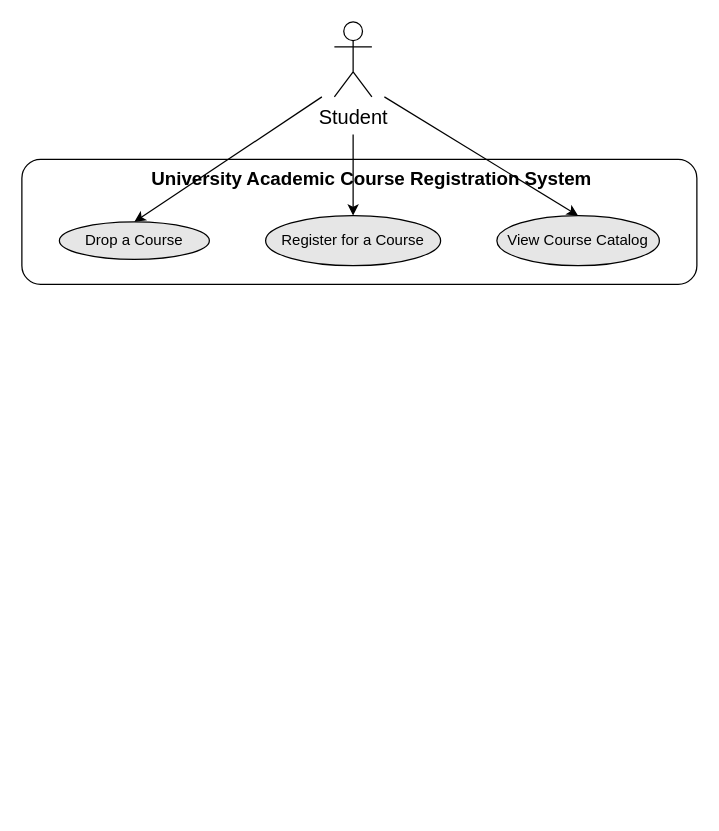
Before: project/drawio/alovey1014/exer1.drawio in drshahizan/software-engineering, a draw.io diagram. Source tidied: cells renumbered, new cells numbered last; positions are measured from the earlier drawing's top-left corner, leaving out a move shared by most shapes. Both pictures are drawn from the tidied source at 125%, with x=0, y=0 at pixel (21, 21).
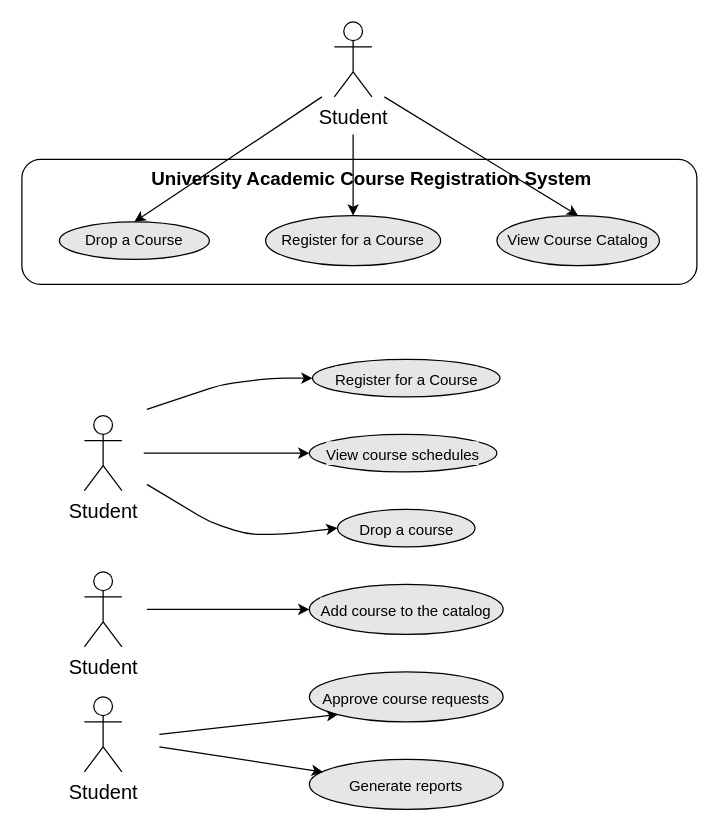
The same page after the edit.

Change to the diagram source:
```diff
@@
+    <mxCell id="11" value="&lt;font style=&quot;font-size: 16px;&quot;&gt;Student&lt;/font&gt;" style="shape=umlActor;verticalLabelPosition=bottom;verticalAlign=top;html=1;" parent="1" vertex="1">
+      <mxGeometry x="50" y="440" width="30" height="60" as="geometry" />
+    </mxCell>
+    <mxCell id="12" value="&lt;font style=&quot;font-size: 16px;&quot;&gt;Student&lt;/font&gt;" style="shape=umlActor;verticalLabelPosition=bottom;verticalAlign=top;html=1;" parent="1" vertex="1">
+      <mxGeometry x="50" y="540" width="30" height="60" as="geometry" />
+    </mxCell>
+    <mxCell id="13" value="&lt;font style=&quot;font-size: 12px;&quot;&gt;Register for a Course&lt;/font&gt;" style="ellipse;whiteSpace=wrap;html=1;labelBackgroundColor=#E6E6E6;fontSize=16;fontColor=#000000;fillColor=#E6E6E6;" parent="1" vertex="1">
+      <mxGeometry x="232.5" y="270" width="150" height="30" as="geometry" />
+    </mxCell>
+    <mxCell id="14" value="&lt;font style=&quot;font-size: 12px;&quot;&gt;View course schedules&lt;/font&gt;" style="ellipse;whiteSpace=wrap;html=1;labelBackgroundColor=#E6E6E6;fontSize=16;fontColor=#000000;fillColor=#E6E6E6;" parent="1" vertex="1">
+      <mxGeometry x="230" y="330" width="150" height="30" as="geometry" />
+    </mxCell>
+    <mxCell id="15" value="&lt;font style=&quot;font-size: 12px;&quot;&gt;Drop a course&lt;/font&gt;" style="ellipse;whiteSpace=wrap;html=1;labelBackgroundColor=#E6E6E6;fontSize=16;fontColor=#000000;fillColor=#E6E6E6;" parent="1" vertex="1">
+      <mxGeometry x="252.5" y="390" width="110" height="30" as="geometry" />
+    </mxCell>
+    <mxCell id="16" value="&lt;font style=&quot;font-size: 12px;&quot;&gt;Add course to the catalog&lt;/font&gt;" style="ellipse;whiteSpace=wrap;html=1;labelBackgroundColor=#E6E6E6;fontSize=16;fontColor=#000000;fillColor=#E6E6E6;" parent="1" vertex="1">
+      <mxGeometry x="230" y="450" width="155" height="40" as="geometry" />
+    </mxCell>
+    <mxCell id="17" value="&lt;font style=&quot;font-size: 12px;&quot;&gt;Approve course requests&lt;/font&gt;" style="ellipse;whiteSpace=wrap;html=1;labelBackgroundColor=#E6E6E6;fontSize=16;fontColor=#000000;fillColor=#E6E6E6;" parent="1" vertex="1">
+      <mxGeometry x="230" y="520" width="155" height="40" as="geometry" />
+    </mxCell>
+    <mxCell id="18" value="&lt;font style=&quot;font-size: 12px;&quot;&gt;Generate reports&lt;/font&gt;" style="ellipse;whiteSpace=wrap;html=1;labelBackgroundColor=#E6E6E6;fontSize=16;fontColor=#000000;fillColor=#E6E6E6;" parent="1" vertex="1">
+      <mxGeometry x="230" y="590" width="155" height="40" as="geometry" />
+    </mxCell>
+    <mxCell id="19" style="endArrow=classic;html=1;fontSize=12;fontColor=#000000;entryX=0;entryY=0.5;entryDx=0;entryDy=0;" parent="1" edge="1" target="13">
+      <mxGeometry relative="1" as="geometry">
+        <mxPoint x="100" y="310" as="sourcePoint" />
+        <Array as="points">
+          <mxPoint x="160" y="290" />
+          <mxPoint x="200" y="285" />
+        </Array>
+      </mxGeometry>
+    </mxCell>
+    <mxCell id="20" style="endArrow=classic;html=1;fontSize=12;fontColor=#000000;entryX=0;entryY=0.5;entryDx=0;entryDy=0;" parent="1" edge="1" target="14">
+      <mxGeometry relative="1" as="geometry">
+        <mxPoint x="97.5" y="345" as="sourcePoint" />
+      </mxGeometry>
+    </mxCell>
+    <mxCell id="21" style="endArrow=classic;html=1;fontSize=12;fontColor=#000000;entryX=0;entryY=0.5;entryDx=0;entryDy=0;" parent="1" edge="1" target="15">
+      <mxGeometry relative="1" as="geometry">
+        <mxPoint x="100" y="370" as="sourcePoint" />
+        <Array as="points">
+          <mxPoint x="150" y="400" />
+          <mxPoint x="180" y="410" />
+          <mxPoint x="210" y="410" />
+        </Array>
+      </mxGeometry>
+    </mxCell>
+    <mxCell id="22" style="endArrow=classic;html=1;fontSize=12;fontColor=#000000;entryX=0;entryY=0.5;entryDx=0;entryDy=0;" parent="1" edge="1" target="16">
+      <mxGeometry relative="1" as="geometry">
+        <mxPoint x="100" y="470" as="sourcePoint" />
+      </mxGeometry>
+    </mxCell>
+    <mxCell id="23" value="&lt;font style=&quot;font-size: 16px;&quot;&gt;Student&lt;/font&gt;" style="shape=umlActor;verticalLabelPosition=bottom;verticalAlign=top;html=1;" parent="1" vertex="1">
+      <mxGeometry x="50" y="315" width="30" height="60" as="geometry" />
+    </mxCell>
+    <mxCell id="24" style="endArrow=classic;html=1;fontSize=12;fontColor=#000000;entryX=0;entryY=1;entryDx=0;entryDy=0;" parent="1" edge="1" target="17">
+      <mxGeometry relative="1" as="geometry">
+        <mxPoint x="110" y="570" as="sourcePoint" />
+      </mxGeometry>
+    </mxCell>
+    <mxCell id="25" style="endArrow=classic;html=1;fontSize=12;fontColor=#000000;entryX=0.07;entryY=0.253;entryDx=0;entryDy=0;entryPerimeter=0;" parent="1" edge="1" target="18">
+      <mxGeometry relative="1" as="geometry">
+        <mxPoint x="110" y="580" as="sourcePoint" />
+      </mxGeometry>
+    </mxCell>
```
